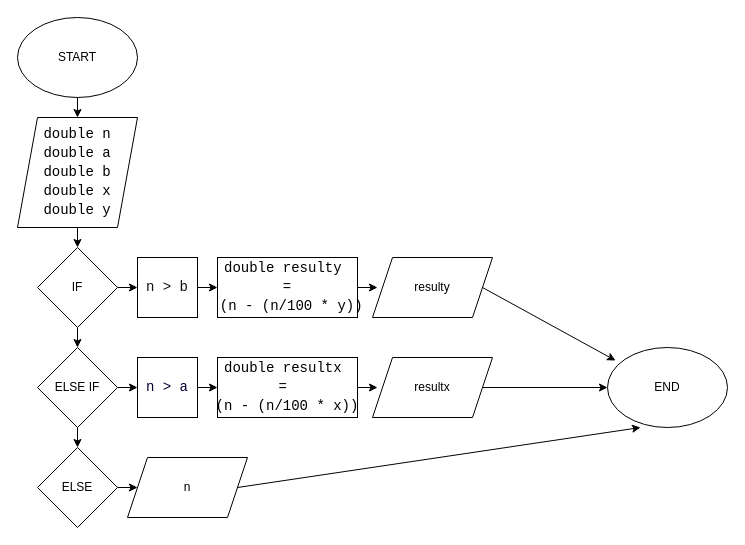
Kal222000/Diagramas-De-Flujo keeps this draw.io diagram as Práctico Ejercicio4.drawio. Above is the earlier version. Source tidied: cells renumbered, new cells numbered last; positions are measured from the earlier drawing's top-left corner, leaving out a move shared by most shapes. Both pictures are drawn from the tidied source at 100%, with x=0, y=0 at pixel (17, 17).
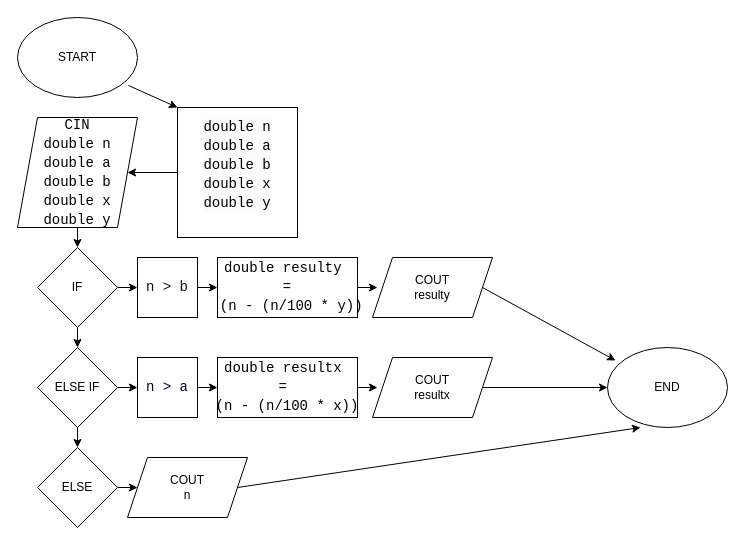
The same page after the edit.

The change refers to these unchanged cells:
```xml
<mxCell id="2" value="START" style="ellipse;whiteSpace=wrap;html=1;" parent="1" vertex="1">
  <mxGeometry width="120" height="80" as="geometry" />
</mxCell>
```

The edit, as a diff of the source:
```diff
@@
-    <mxCell id="3" style="endArrow=classic;html=1;rounded=0;exitX=0.5;exitY=1;exitDx=0;exitDy=0;" parent="1" edge="1" source="2">
-      <mxGeometry relative="1" as="geometry">
-        <mxPoint x="60" y="100" as="targetPoint" />
-      </mxGeometry>
+    <mxCell id="3" style="endArrow=classic;html=1;rounded=0;exitX=0.925;exitY=0.85;exitDx=0;exitDy=0;exitPerimeter=0;entryX=0;entryY=0;entryDx=0;entryDy=0;" parent="1" edge="1" source="2" target="29">
+      <mxGeometry relative="1" as="geometry" />
     </mxCell>
-    <mxCell id="4" value="&lt;div style=&quot;font-family: Consolas, &amp;quot;Courier New&amp;quot;, monospace; font-size: 14px; line-height: 19px; white-space: pre;&quot;&gt;double n&lt;/div&gt;&lt;div style=&quot;font-family: Consolas, &amp;quot;Courier New&amp;quot;, monospace; font-size: 14px; line-height: 19px; white-space: pre;&quot;&gt;double a&lt;/div&gt;&lt;div style=&quot;font-family: Consolas, &amp;quot;Courier New&amp;quot;, monospace; font-size: 14px; line-height: 19px; white-space: pre;&quot;&gt;double b&lt;/div&gt;&lt;div style=&quot;font-family: Consolas, &amp;quot;Courier New&amp;quot;, monospace; font-size: 14px; line-height: 19px; white-space: pre;&quot;&gt;double x&lt;/div&gt;&lt;div style=&quot;font-family: Consolas, &amp;quot;Courier New&amp;quot;, monospace; font-size: 14px; line-height: 19px; white-space: pre;&quot;&gt;double y&lt;/div&gt;" style="shape=parallelogram;perimeter=parallelogramPerimeter;whiteSpace=wrap;html=1;fixedSize=1;" parent="1" vertex="1">
+    <mxCell id="4" value="&lt;div style=&quot;font-family: Consolas, &amp;quot;Courier New&amp;quot;, monospace; font-size: 14px; line-height: 19px; white-space: pre;&quot;&gt;CIN&lt;/div&gt;&lt;div style=&quot;font-family: Consolas, &amp;quot;Courier New&amp;quot;, monospace; font-size: 14px; line-height: 19px; white-space: pre;&quot;&gt;double n&lt;/div&gt;&lt;div style=&quot;font-family: Consolas, &amp;quot;Courier New&amp;quot;, monospace; font-size: 14px; line-height: 19px; white-space: pre;&quot;&gt;double a&lt;/div&gt;&lt;div style=&quot;font-family: Consolas, &amp;quot;Courier New&amp;quot;, monospace; font-size: 14px; line-height: 19px; white-space: pre;&quot;&gt;double b&lt;/div&gt;&lt;div style=&quot;font-family: Consolas, &amp;quot;Courier New&amp;quot;, monospace; font-size: 14px; line-height: 19px; white-space: pre;&quot;&gt;double x&lt;/div&gt;&lt;div style=&quot;font-family: Consolas, &amp;quot;Courier New&amp;quot;, monospace; font-size: 14px; line-height: 19px; white-space: pre;&quot;&gt;double y&lt;/div&gt;" style="shape=parallelogram;perimeter=parallelogramPerimeter;whiteSpace=wrap;html=1;fixedSize=1;" parent="1" vertex="1">
       <mxGeometry y="100" width="120" height="110" as="geometry" />
     </mxCell>
@@
-    <mxCell id="18" value="resulty" style="shape=parallelogram;perimeter=parallelogramPerimeter;whiteSpace=wrap;html=1;fixedSize=1;" parent="1" vertex="1">
+    <mxCell id="18" value="COUT&lt;div&gt;resulty&lt;/div&gt;" style="shape=parallelogram;perimeter=parallelogramPerimeter;whiteSpace=wrap;html=1;fixedSize=1;" parent="1" vertex="1">
       <mxGeometry x="355" y="240" width="120" height="60" as="geometry" />
     </mxCell>
@@
-    <mxCell id="23" value="resultx" style="shape=parallelogram;perimeter=parallelogramPerimeter;whiteSpace=wrap;html=1;fixedSize=1;" parent="1" vertex="1">
+    <mxCell id="23" value="COUT&lt;div&gt;resultx&lt;/div&gt;" style="shape=parallelogram;perimeter=parallelogramPerimeter;whiteSpace=wrap;html=1;fixedSize=1;" parent="1" vertex="1">
       <mxGeometry x="355" y="340" width="120" height="60" as="geometry" />
     </mxCell>
-    <mxCell id="24" value="n" style="shape=parallelogram;perimeter=parallelogramPerimeter;whiteSpace=wrap;html=1;fixedSize=1;" parent="1" vertex="1">
+    <mxCell id="24" value="COUT&lt;div&gt;n&lt;/div&gt;" style="shape=parallelogram;perimeter=parallelogramPerimeter;whiteSpace=wrap;html=1;fixedSize=1;" parent="1" vertex="1">
       <mxGeometry x="110" y="440" width="120" height="60" as="geometry" />
     </mxCell>
@@
+    <mxCell id="29" value="&#10;&lt;div style=&quot;forced-color-adjust: none; color: rgb(0, 0, 0); font-style: normal; font-variant-ligatures: normal; font-variant-caps: normal; font-weight: 400; letter-spacing: normal; orphans: 2; text-align: center; text-indent: 0px; text-transform: none; widows: 2; word-spacing: 0px; -webkit-text-stroke-width: 0px; background-color: rgb(251, 251, 251); text-decoration-thickness: initial; text-decoration-style: initial; text-decoration-color: initial; font-family: Consolas, &amp;quot;Courier New&amp;quot;, monospace; font-size: 14px; line-height: 19px; white-space: pre;&quot;&gt;double n&lt;/div&gt;&lt;div style=&quot;forced-color-adjust: none; color: rgb(0, 0, 0); font-style: normal; font-variant-ligatures: normal; font-variant-caps: normal; font-weight: 400; letter-spacing: normal; orphans: 2; text-align: center; text-indent: 0px; text-transform: none; widows: 2; word-spacing: 0px; -webkit-text-stroke-width: 0px; background-color: rgb(251, 251, 251); text-decoration-thickness: initial; text-decoration-style: initial; text-decoration-color: initial; font-family: Consolas, &amp;quot;Courier New&amp;quot;, monospace; font-size: 14px; line-height: 19px; white-space: pre;&quot;&gt;double a&lt;/div&gt;&lt;div style=&quot;forced-color-adjust: none; color: rgb(0, 0, 0); font-style: normal; font-variant-ligatures: normal; font-variant-caps: normal; font-weight: 400; letter-spacing: normal; orphans: 2; text-align: center; text-indent: 0px; text-transform: none; widows: 2; word-spacing: 0px; -webkit-text-stroke-width: 0px; background-color: rgb(251, 251, 251); text-decoration-thickness: initial; text-decoration-style: initial; text-decoration-color: initial; font-family: Consolas, &amp;quot;Courier New&amp;quot;, monospace; font-size: 14px; line-height: 19px; white-space: pre;&quot;&gt;double b&lt;/div&gt;&lt;div style=&quot;forced-color-adjust: none; color: rgb(0, 0, 0); font-style: normal; font-variant-ligatures: normal; font-variant-caps: normal; font-weight: 400; letter-spacing: normal; orphans: 2; text-align: center; text-indent: 0px; text-transform: none; widows: 2; word-spacing: 0px; -webkit-text-stroke-width: 0px; background-color: rgb(251, 251, 251); text-decoration-thickness: initial; text-decoration-style: initial; text-decoration-color: initial; font-family: Consolas, &amp;quot;Courier New&amp;quot;, monospace; font-size: 14px; line-height: 19px; white-space: pre;&quot;&gt;double x&lt;/div&gt;&lt;div style=&quot;forced-color-adjust: none; color: rgb(0, 0, 0); font-style: normal; font-variant-ligatures: normal; font-variant-caps: normal; font-weight: 400; letter-spacing: normal; orphans: 2; text-align: center; text-indent: 0px; text-transform: none; widows: 2; word-spacing: 0px; -webkit-text-stroke-width: 0px; background-color: rgb(251, 251, 251); text-decoration-thickness: initial; text-decoration-style: initial; text-decoration-color: initial; font-family: Consolas, &amp;quot;Courier New&amp;quot;, monospace; font-size: 14px; line-height: 19px; white-space: pre;&quot;&gt;double y&lt;/div&gt;&#10;&#10;" style="rounded=0;whiteSpace=wrap;html=1;" parent="1" vertex="1">
+      <mxGeometry x="160" y="90" width="120" height="130" as="geometry" />
+    </mxCell>
+    <mxCell id="30" style="endArrow=classic;html=1;rounded=0;exitX=0;exitY=0.5;exitDx=0;exitDy=0;entryX=1;entryY=0.5;entryDx=0;entryDy=0;" parent="1" edge="1" source="29" target="4">
+      <mxGeometry relative="1" as="geometry" />
+    </mxCell>
```
